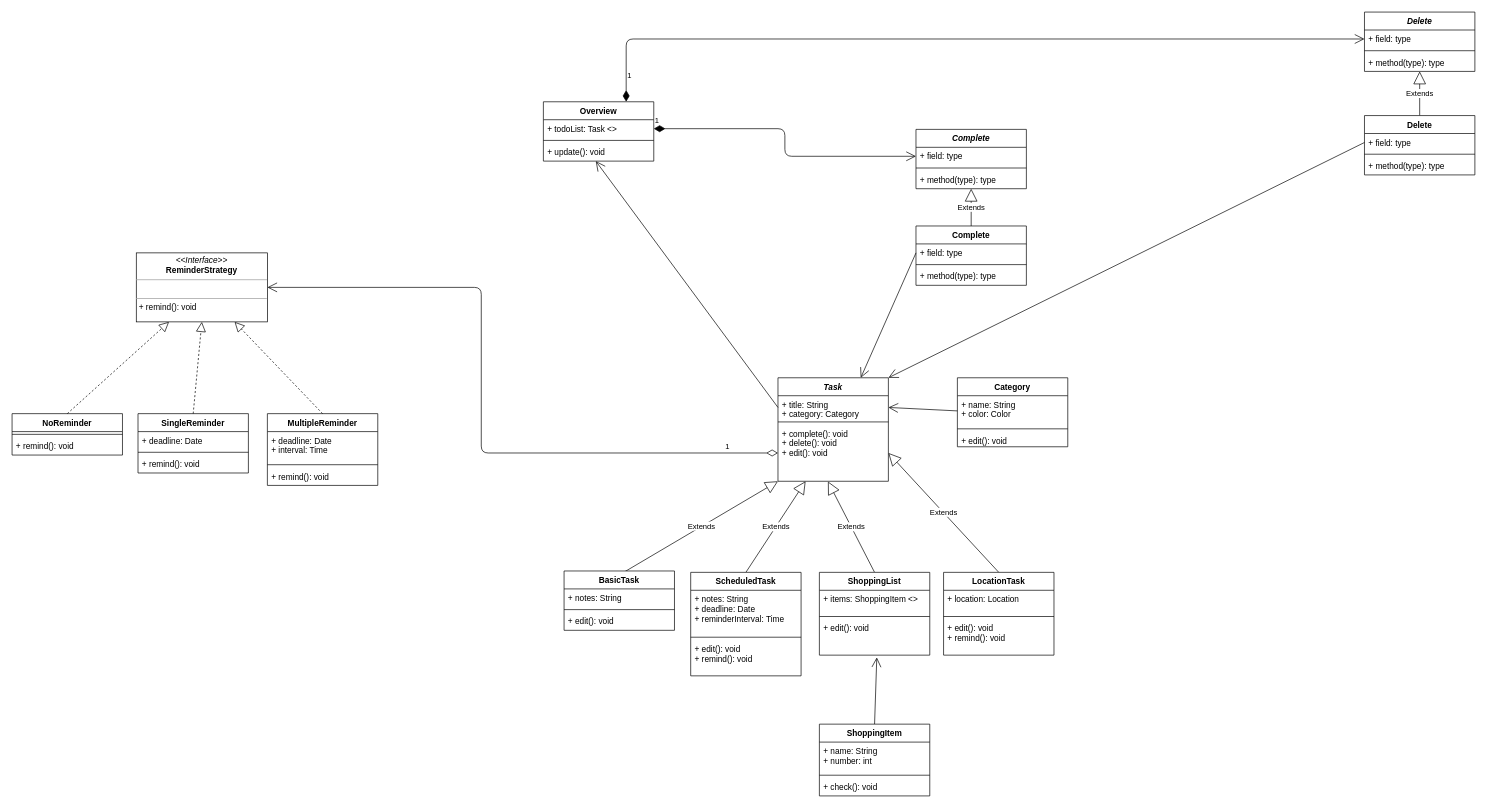
The draw.io diagram todo-app_uml.drawio in BanjoBenjo/todo, before the edit. Source tidied: cells renumbered, new cells numbered last; positions are measured from the earlier drawing's top-left corner, leaving out a move shared by most shapes. Both pictures are drawn from the tidied source at 69%, with x=0, y=0 at pixel (12, 12).
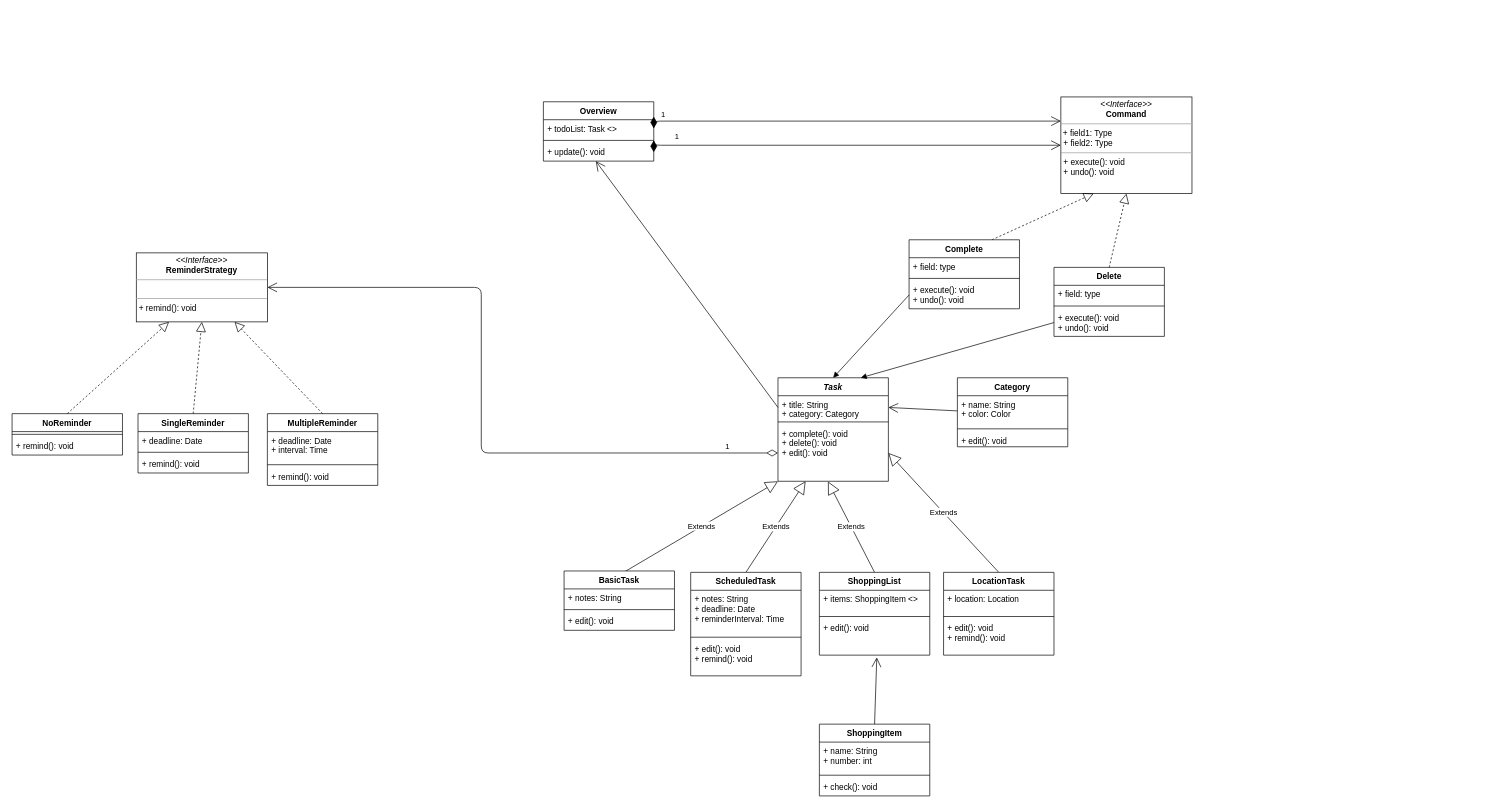
The same page after the edit.

Commit message:
muster verbessert

Unchanged cells that the change refers to:
```xml
<mxCell id="24" value="Overview" style="swimlane;fontStyle=1;align=center;verticalAlign=top;horizontal=1;startSize=26;" parent="1" vertex="1">
  <mxGeometry x="770" y="130" width="160" height="86" as="geometry" />
</mxCell>
<mxCell id="25" value="+ todoList: Task &lt;&gt;" style="text;strokeColor=none;fillColor=none;align=left;verticalAlign=top;spacingLeft=4;spacingRight=4;overflow=hidden;points=[[0,0.5],[1,0.5]];portConstraint=eastwest;" parent="24" vertex="1">
  <mxGeometry y="26" width="160" height="26" as="geometry" />
</mxCell>
<mxCell id="27" value="+ update(): void" style="text;strokeColor=none;fillColor=none;align=left;verticalAlign=top;spacingLeft=4;spacingRight=4;overflow=hidden;points=[[0,0.5],[1,0.5]];portConstraint=eastwest;" parent="24" vertex="1">
  <mxGeometry y="60" width="160" height="26" as="geometry" />
</mxCell>
<mxCell id="48" value="Task" style="swimlane;fontStyle=3;align=center;verticalAlign=top;horizontal=1;startSize=26;" parent="1" vertex="1">
  <mxGeometry x="1110" y="530" width="160" height="150" as="geometry" />
</mxCell>
<mxCell id="71" value="+ field: type" style="text;strokeColor=none;fillColor=none;align=left;verticalAlign=top;spacingLeft=4;spacingRight=4;overflow=hidden;points=[[0,0.5],[1,0.5]];portConstraint=eastwest;" parent="70" vertex="1">
  <mxGeometry y="26" width="160" height="26" as="geometry" />
</mxCell>
```

What changed in the source:
```diff
@@
-    <mxCell id="29" value="Extends" style="endArrow=block;endSize=16;endFill=0;html=1;exitX=0.5;exitY=0;exitDx=0;exitDy=0;" parent="1" edge="1" source="62" target="69">
-      <mxGeometry relative="1" as="geometry" />
-    </mxCell>
-    <mxCell id="30" style="endArrow=open;endFill=1;endSize=12;html=1;exitX=0;exitY=0.5;exitDx=0;exitDy=0;entryX=1;entryY=0;entryDx=0;entryDy=0;" parent="1" edge="1" source="63" target="48">
-      <mxGeometry relative="1" as="geometry" />
-    </mxCell>
-    <mxCell id="31" value="Extends" style="endArrow=block;endSize=16;endFill=0;html=1;exitX=0.5;exitY=0;exitDx=0;exitDy=0;" parent="1" edge="1" source="70" target="77">
-      <mxGeometry relative="1" as="geometry" />
-    </mxCell>
@@
+    <mxCell id="62" value="Delete" style="swimlane;fontStyle=1;align=center;verticalAlign=top;horizontal=1;startSize=26;" parent="1" vertex="1">
+      <mxGeometry x="1510" y="370" width="160" height="100" as="geometry" />
+    </mxCell>
+    <mxCell id="63" value="+ field: type" style="text;strokeColor=none;fillColor=none;align=left;verticalAlign=top;spacingLeft=4;spacingRight=4;overflow=hidden;points=[[0,0.5],[1,0.5]];portConstraint=eastwest;" parent="62" vertex="1">
+      <mxGeometry y="26" width="160" height="26" as="geometry" />
+    </mxCell>
+    <mxCell id="64" style="line;strokeWidth=1;fillColor=none;align=left;verticalAlign=middle;spacingTop=-1;spacingLeft=3;spacingRight=3;labelPosition=right;" parent="62" vertex="1">
+      <mxGeometry y="52" width="160" height="8" as="geometry" />
+    </mxCell>
+    <mxCell id="65" value="+ execute(): void&#10;+ undo(): void&#10;" style="text;strokeColor=none;fillColor=none;align=left;verticalAlign=top;spacingLeft=4;spacingRight=4;overflow=hidden;points=[[0,0.5],[1,0.5]];portConstraint=eastwest;" parent="62" vertex="1">
+      <mxGeometry y="60" width="160" height="40" as="geometry" />
+    </mxCell>
@@
-    <mxCell id="60" style="endArrow=open;endFill=1;endSize=12;html=1;exitX=0;exitY=0.5;exitDx=0;exitDy=0;entryX=0.75;entryY=0;entryDx=0;entryDy=0;" parent="1" edge="1" source="71" target="48">
-      <mxGeometry relative="1" as="geometry" />
-    </mxCell>
-    <mxCell id="61" value="1" style="endArrow=open;html=1;endSize=12;startArrow=diamondThin;startSize=14;startFill=1;edgeStyle=orthogonalEdgeStyle;align=left;verticalAlign=bottom;exitX=1;exitY=0.5;exitDx=0;exitDy=0;entryX=0;entryY=0.5;entryDx=0;entryDy=0;" parent="1" edge="1" source="25" target="75">
-      <mxGeometry x="-1" y="3" relative="1" as="geometry" />
+    <mxCell id="61" value="1" style="endArrow=open;html=1;endSize=12;startArrow=diamondThin;startSize=14;startFill=1;edgeStyle=orthogonalEdgeStyle;align=left;verticalAlign=bottom;exitX=1;exitY=0.5;exitDx=0;exitDy=0;entryX=0;entryY=0.5;entryDx=0;entryDy=0;" parent="1" edge="1" source="27" target="79">
+      <mxGeometry x="-0.87" y="3" relative="1" as="geometry">
+        <Array as="points">
+          <mxPoint x="930" y="193" />
+        </Array>
+      </mxGeometry>
     </mxCell>
-    <mxCell id="62" value="Delete" style="swimlane;fontStyle=1;align=center;verticalAlign=top;horizontal=1;startSize=26;" parent="1" vertex="1">
-      <mxGeometry x="1960" y="150" width="160" height="86" as="geometry" />
-    </mxCell>
-    <mxCell id="63" value="+ field: type" style="text;strokeColor=none;fillColor=none;align=left;verticalAlign=top;spacingLeft=4;spacingRight=4;overflow=hidden;points=[[0,0.5],[1,0.5]];portConstraint=eastwest;" parent="62" vertex="1">
-      <mxGeometry y="26" width="160" height="26" as="geometry" />
-    </mxCell>
-    <mxCell id="64" style="line;strokeWidth=1;fillColor=none;align=left;verticalAlign=middle;spacingTop=-1;spacingLeft=3;spacingRight=3;labelPosition=right;" parent="62" vertex="1">
-      <mxGeometry y="52" width="160" height="8" as="geometry" />
-    </mxCell>
-    <mxCell id="65" value="+ method(type): type" style="text;strokeColor=none;fillColor=none;align=left;verticalAlign=top;spacingLeft=4;spacingRight=4;overflow=hidden;points=[[0,0.5],[1,0.5]];portConstraint=eastwest;" parent="62" vertex="1">
-      <mxGeometry y="60" width="160" height="26" as="geometry" />
-    </mxCell>
-    <mxCell id="66" value="Delete" style="swimlane;fontStyle=3;align=center;verticalAlign=top;horizontal=1;startSize=26;" parent="1" vertex="1">
-      <mxGeometry x="1960" width="160" height="86" as="geometry" />
-    </mxCell>
-    <mxCell id="67" value="+ field: type" style="text;strokeColor=none;fillColor=none;align=left;verticalAlign=top;spacingLeft=4;spacingRight=4;overflow=hidden;points=[[0,0.5],[1,0.5]];portConstraint=eastwest;" parent="66" vertex="1">
-      <mxGeometry y="26" width="160" height="26" as="geometry" />
-    </mxCell>
-    <mxCell id="68" style="line;strokeWidth=1;fillColor=none;align=left;verticalAlign=middle;spacingTop=-1;spacingLeft=3;spacingRight=3;labelPosition=right;" parent="66" vertex="1">
-      <mxGeometry y="52" width="160" height="8" as="geometry" />
-    </mxCell>
-    <mxCell id="69" value="+ method(type): type" style="text;strokeColor=none;fillColor=none;align=left;verticalAlign=top;spacingLeft=4;spacingRight=4;overflow=hidden;points=[[0,0.5],[1,0.5]];portConstraint=eastwest;" parent="66" vertex="1">
-      <mxGeometry y="60" width="160" height="26" as="geometry" />
-    </mxCell>
+    <mxCell id="78" value="1" style="endArrow=open;html=1;endSize=12;startArrow=diamondThin;startSize=14;startFill=1;edgeStyle=orthogonalEdgeStyle;align=left;verticalAlign=bottom;exitX=1;exitY=0.25;exitDx=0;exitDy=0;entryX=0;entryY=0.25;entryDx=0;entryDy=0;" parent="1" edge="1" source="24" target="79">
+      <mxGeometry x="-0.95" relative="1" as="geometry">
+        <Array as="points">
+          <mxPoint x="930" y="158" />
+        </Array>
+      </mxGeometry>
+    </mxCell>
+    <mxCell id="79" value="&lt;p style=&quot;margin: 0px ; margin-top: 4px ; text-align: center&quot;&gt;&lt;i&gt;&amp;lt;&amp;lt;Interface&amp;gt;&amp;gt;&lt;/i&gt;&lt;br&gt;&lt;b&gt;Command&lt;/b&gt;&lt;/p&gt;&lt;hr size=&quot;1&quot;&gt;&amp;nbsp;+ field1: Type&lt;br&gt;&lt;p style=&quot;margin: 0px ; margin-left: 4px&quot;&gt;+ field2: Type&lt;/p&gt;&lt;hr size=&quot;1&quot;&gt;&lt;p style=&quot;margin: 0px ; margin-left: 4px&quot;&gt;+ execute(): void&lt;br&gt;+ undo(): void&lt;br&gt;&lt;/p&gt;" style="verticalAlign=top;align=left;overflow=fill;fontSize=12;fontFamily=Helvetica;html=1;" parent="1" vertex="1">
+      <mxGeometry x="1520" y="123" width="190" height="140" as="geometry" />
+    </mxCell>
+    <mxCell id="80" style="endArrow=block;dashed=1;endFill=0;endSize=12;html=1;exitX=0.75;exitY=0;exitDx=0;exitDy=0;entryX=0.25;entryY=1;entryDx=0;entryDy=0;" parent="1" edge="1" source="70" target="79">
+      <mxGeometry relative="1" as="geometry" />
+    </mxCell>
+    <mxCell id="81" style="endArrow=block;dashed=1;endFill=0;endSize=12;html=1;exitX=0.5;exitY=0;exitDx=0;exitDy=0;entryX=0.5;entryY=1;entryDx=0;entryDy=0;" parent="1" edge="1" source="62" target="79">
+      <mxGeometry relative="1" as="geometry" />
+    </mxCell>
+    <mxCell id="82" style="html=1;verticalAlign=bottom;endArrow=block;entryX=0.5;entryY=0;entryDx=0;entryDy=0;exitX=0;exitY=0.5;exitDx=0;exitDy=0;" parent="1" edge="1" source="73" target="48">
+      <mxGeometry relative="1" as="geometry" />
+    </mxCell>
+    <mxCell id="83" style="html=1;verticalAlign=bottom;endArrow=block;entryX=0.75;entryY=0;entryDx=0;entryDy=0;exitX=0;exitY=0.5;exitDx=0;exitDy=0;" parent="1" edge="1" source="65" target="48">
+      <mxGeometry relative="1" as="geometry" />
+    </mxCell>
     <mxCell id="70" value="Complete" style="swimlane;fontStyle=1;align=center;verticalAlign=top;horizontal=1;startSize=26;" parent="1" vertex="1">
-      <mxGeometry x="1310" y="310" width="160" height="86" as="geometry" />
+      <mxGeometry x="1300" y="330" width="160" height="100" as="geometry" />
     </mxCell>
@@
-    <mxCell id="73" value="+ method(type): type" style="text;strokeColor=none;fillColor=none;align=left;verticalAlign=top;spacingLeft=4;spacingRight=4;overflow=hidden;points=[[0,0.5],[1,0.5]];portConstraint=eastwest;" parent="70" vertex="1">
-      <mxGeometry y="60" width="160" height="26" as="geometry" />
+    <mxCell id="73" value="+ execute(): void&#10;+ undo(): void&#10;" style="text;strokeColor=none;fillColor=none;align=left;verticalAlign=top;spacingLeft=4;spacingRight=4;overflow=hidden;points=[[0,0.5],[1,0.5]];portConstraint=eastwest;" parent="70" vertex="1">
+      <mxGeometry y="60" width="160" height="40" as="geometry" />
     </mxCell>
-    <mxCell id="74" value="Complete" style="swimlane;fontStyle=3;align=center;verticalAlign=top;horizontal=1;startSize=26;" parent="1" vertex="1">
-      <mxGeometry x="1310" y="170" width="160" height="86" as="geometry" />
-    </mxCell>
-    <mxCell id="75" value="+ field: type" style="text;strokeColor=none;fillColor=none;align=left;verticalAlign=top;spacingLeft=4;spacingRight=4;overflow=hidden;points=[[0,0.5],[1,0.5]];portConstraint=eastwest;" parent="74" vertex="1">
-      <mxGeometry y="26" width="160" height="26" as="geometry" />
-    </mxCell>
-    <mxCell id="76" style="line;strokeWidth=1;fillColor=none;align=left;verticalAlign=middle;spacingTop=-1;spacingLeft=3;spacingRight=3;labelPosition=right;" parent="74" vertex="1">
-      <mxGeometry y="52" width="160" height="8" as="geometry" />
-    </mxCell>
-    <mxCell id="77" value="+ method(type): type" style="text;strokeColor=none;fillColor=none;align=left;verticalAlign=top;spacingLeft=4;spacingRight=4;overflow=hidden;points=[[0,0.5],[1,0.5]];portConstraint=eastwest;" parent="74" vertex="1">
-      <mxGeometry y="60" width="160" height="26" as="geometry" />
-    </mxCell>
-    <mxCell id="78" value="1" style="endArrow=open;html=1;endSize=12;startArrow=diamondThin;startSize=14;startFill=1;edgeStyle=orthogonalEdgeStyle;align=left;verticalAlign=bottom;exitX=0.75;exitY=0;exitDx=0;exitDy=0;entryX=0;entryY=0.5;entryDx=0;entryDy=0;" parent="1" edge="1" source="24" target="67">
-      <mxGeometry x="-0.95" relative="1" as="geometry" />
-    </mxCell>
```
